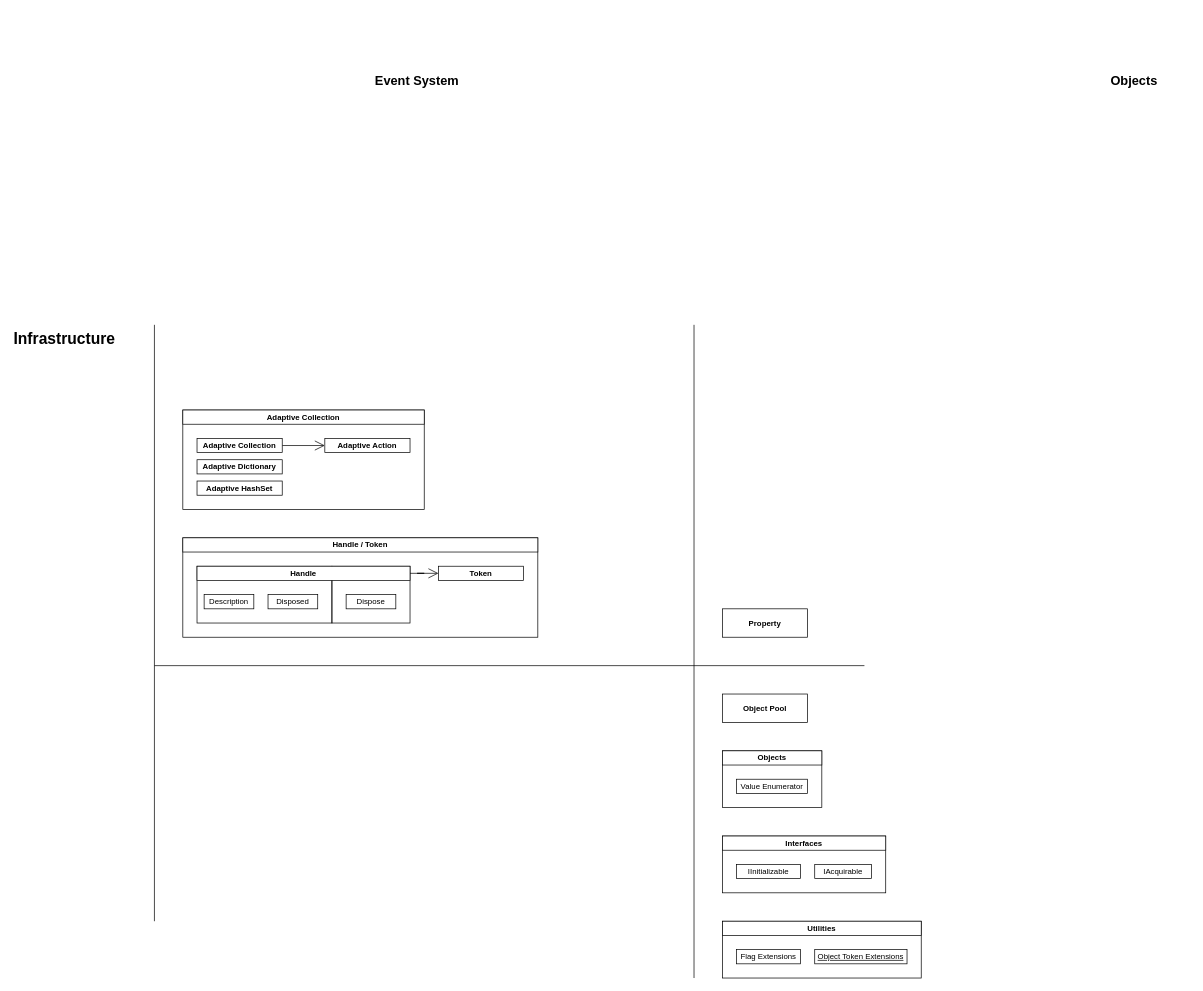
Earlier version of the draw.io diagram page "Core" (2 of 2) of docs/02. UniEngine/UniEngine.drawio (dove-creative/uniengine). Source tidied: cells renumbered, new cells numbered last; positions are measured from the earlier drawing's top-left corner, leaving out a move shared by most shapes. Both pictures are drawn from the tidied source at 71%, with x=0, y=0 at pixel (12, 69).
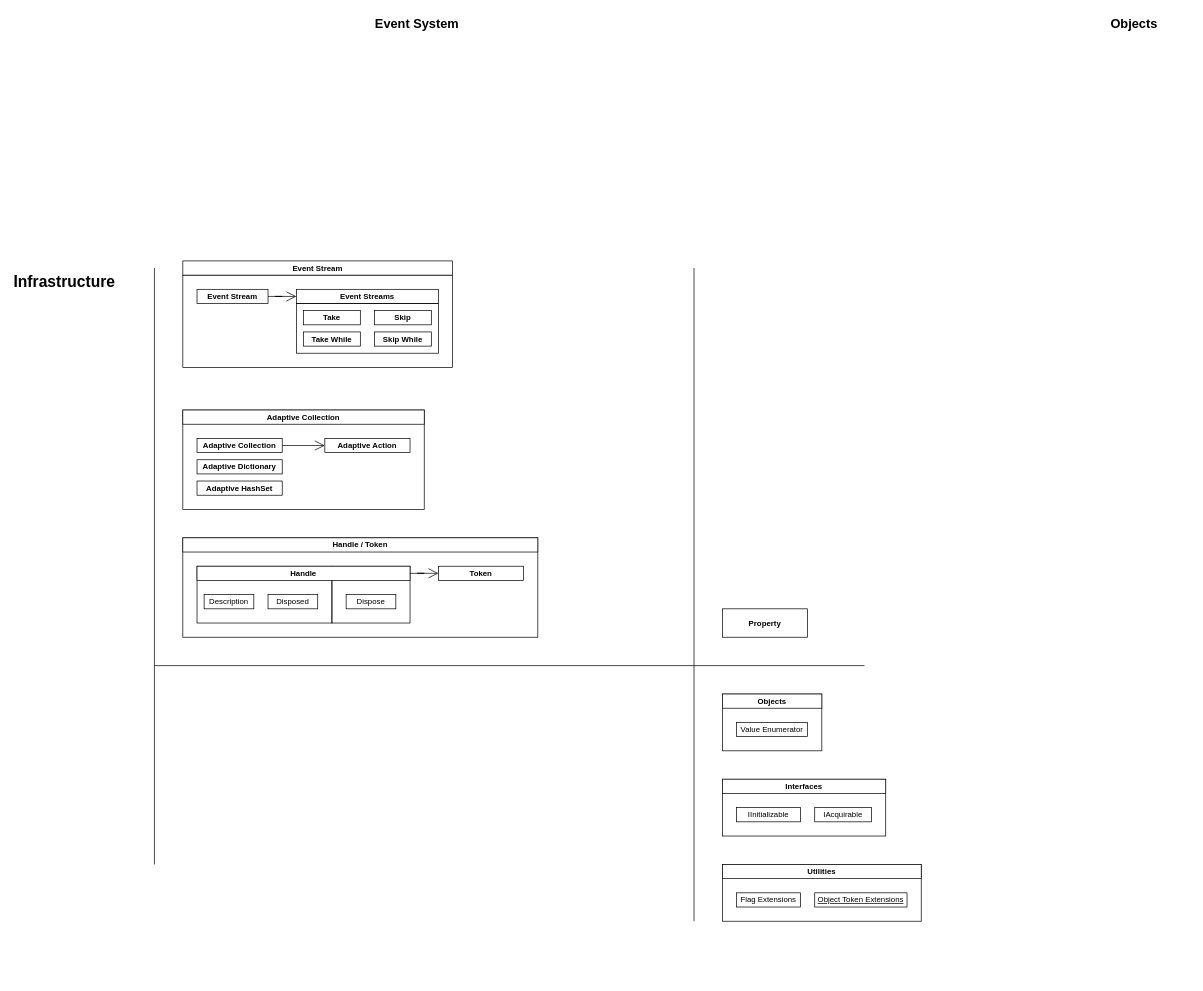
The same page after the edit.

Commit message (it also covers changes not shown here):
Fix EventHub filter parameter name and event system wording

Change to the diagram source:
```diff
@@
+    <mxCell id="38" style="rounded=0;whiteSpace=wrap;html=1;fontFamily=Helvetica;fontSize=11;fontColor=default;labelBackgroundColor=default;fillColor=none;" parent="1" vertex="1">
+      <mxGeometry x="240" y="290" width="380" height="130" as="geometry" />
+    </mxCell>
@@
     <mxCell id="6" style="rounded=0;whiteSpace=wrap;html=1;fontFamily=Helvetica;fontSize=11;fontColor=default;labelBackgroundColor=default;fillColor=none;" parent="1" vertex="1">
-      <mxGeometry x="1000" y="1200" width="280" height="80" as="geometry" />
+      <mxGeometry x="1000" y="1120" width="280" height="80" as="geometry" />
     </mxCell>
     <mxCell id="7" value="&lt;h1 style=&quot;margin-top: 0px;&quot;&gt;Infrastructure&lt;/h1&gt;" style="text;html=1;whiteSpace=wrap;overflow=hidden;rounded=0;fontFamily=Helvetica;fontSize=11;fontColor=default;labelBackgroundColor=none;align=left;verticalAlign=top;" parent="1" vertex="1">
-      <mxGeometry y="360" width="150" height="40" as="geometry" />
+      <mxGeometry y="280" width="150" height="40" as="geometry" />
     </mxCell>
     <mxCell id="8" value="&lt;h1 style=&quot;margin-top: 0px;&quot;&gt;Event System&lt;/h1&gt;" style="text;html=1;whiteSpace=wrap;overflow=hidden;rounded=0;fontFamily=Helvetica;fontSize=9;fontColor=default;labelBackgroundColor=none;align=center;verticalAlign=top;" parent="1" vertex="1">
-      <mxGeometry x="490" width="160" height="40" as="geometry" />
+      <mxGeometry x="490" y="-80" width="160" height="40" as="geometry" />
     </mxCell>
     <mxCell id="9" style="endArrow=none;html=1;rounded=0;strokeColor=default;align=center;verticalAlign=middle;fontFamily=Helvetica;fontSize=11;fontColor=default;labelBackgroundColor=default;defaultLabelBackgroundColor=page;startSize=12;endSize=12;" parent="1" edge="1">
       <mxGeometry relative="1" as="geometry">
-        <mxPoint x="200" y="1200" as="sourcePoint" />
-        <mxPoint x="200" y="360" as="targetPoint" />
+        <mxPoint x="200" y="1120" as="sourcePoint" />
+        <mxPoint x="200" y="280" as="targetPoint" />
       </mxGeometry>
     </mxCell>
     <mxCell id="10" value="&lt;div style=&quot;text-align: right;&quot;&gt;Flag Extensions&lt;/div&gt;" style="rounded=0;whiteSpace=wrap;html=1;fontFamily=Helvetica;fontSize=11;fontColor=default;labelBackgroundColor=default;" parent="1" vertex="1">
-      <mxGeometry x="1020" y="1240" width="90" height="20" as="geometry" />
+      <mxGeometry x="1020" y="1160" width="90" height="20" as="geometry" />
     </mxCell>
     <mxCell id="11" value="&lt;div style=&quot;text-align: right;&quot;&gt;&lt;u&gt;Object Token Extensions&lt;/u&gt;&lt;/div&gt;" style="rounded=0;whiteSpace=wrap;html=1;fontFamily=Helvetica;fontSize=11;fontColor=default;labelBackgroundColor=default;" parent="1" vertex="1">
-      <mxGeometry x="1130" y="1240" width="130" height="20" as="geometry" />
+      <mxGeometry x="1130" y="1160" width="130" height="20" as="geometry" />
     </mxCell>
     <mxCell id="12" value="&lt;h1 style=&quot;margin-top: 0px;&quot;&gt;Objects&lt;/h1&gt;" style="text;html=1;whiteSpace=wrap;overflow=hidden;rounded=0;fontFamily=Helvetica;fontSize=9;fontColor=default;labelBackgroundColor=none;align=center;verticalAlign=top;" parent="1" vertex="1">
-      <mxGeometry x="1500" width="160" height="40" as="geometry" />
+      <mxGeometry x="1500" y="-80" width="160" height="40" as="geometry" />
     </mxCell>
     <mxCell id="13" style="endArrow=none;html=1;rounded=0;strokeColor=default;align=center;verticalAlign=middle;fontFamily=Helvetica;fontSize=11;fontColor=default;labelBackgroundColor=default;defaultLabelBackgroundColor=page;startSize=12;endSize=12;" parent="1" edge="1">
       <mxGeometry relative="1" as="geometry">
-        <mxPoint x="960" y="1280" as="sourcePoint" />
-        <mxPoint x="960" y="360" as="targetPoint" />
+        <mxPoint x="960" y="1200" as="sourcePoint" />
+        <mxPoint x="960" y="280" as="targetPoint" />
       </mxGeometry>
     </mxCell>
@@
     <mxCell id="15" style="rounded=0;whiteSpace=wrap;html=1;fontFamily=Helvetica;fontSize=11;fontColor=default;labelBackgroundColor=default;fillColor=none;" parent="1" vertex="1">
-      <mxGeometry x="1000" y="1080" width="230" height="80" as="geometry" />
+      <mxGeometry x="1000" y="1000" width="230" height="80" as="geometry" />
     </mxCell>
     <mxCell id="16" value="&lt;div style=&quot;text-align: right;&quot;&gt;IInitializable&lt;/div&gt;" style="rounded=0;whiteSpace=wrap;html=1;fontFamily=Helvetica;fontSize=11;fontColor=default;labelBackgroundColor=default;" parent="1" vertex="1">
-      <mxGeometry x="1020" y="1120" width="90" height="20" as="geometry" />
+      <mxGeometry x="1020" y="1040" width="90" height="20" as="geometry" />
     </mxCell>
     <mxCell id="17" value="&lt;div style=&quot;text-align: right;&quot;&gt;IAcquirable&lt;/div&gt;" style="rounded=0;whiteSpace=wrap;html=1;fontFamily=Helvetica;fontSize=11;fontColor=default;labelBackgroundColor=default;" parent="1" vertex="1">
-      <mxGeometry x="1130" y="1120" width="80" height="20" as="geometry" />
+      <mxGeometry x="1130" y="1040" width="80" height="20" as="geometry" />
     </mxCell>
@@
     <mxCell id="32" style="rounded=0;whiteSpace=wrap;html=1;fontFamily=Helvetica;fontSize=11;fontColor=default;labelBackgroundColor=default;fillColor=none;" parent="1" vertex="1">
-      <mxGeometry x="1000" y="960" width="140" height="80" as="geometry" />
+      <mxGeometry x="1000" y="880" width="140" height="80" as="geometry" />
     </mxCell>
     <mxCell id="33" value="&lt;div style=&quot;text-align: right;&quot;&gt;Value Enumerator&lt;/div&gt;" style="rounded=0;whiteSpace=wrap;html=1;fontFamily=Helvetica;fontSize=11;fontColor=default;labelBackgroundColor=default;" parent="1" vertex="1">
-      <mxGeometry x="1020" y="1000" width="100" height="20" as="geometry" />
+      <mxGeometry x="1020" y="920" width="100" height="20" as="geometry" />
     </mxCell>
     <mxCell id="34" value="&lt;div style=&quot;text-align: right;&quot;&gt;&lt;b&gt;Objects&lt;/b&gt;&lt;/div&gt;" style="rounded=0;whiteSpace=wrap;html=1;fontFamily=Helvetica;fontSize=11;fontColor=default;labelBackgroundColor=default;" parent="1" vertex="1">
-      <mxGeometry x="1000" y="960" width="140" height="20" as="geometry" />
+      <mxGeometry x="1000" y="880" width="140" height="20" as="geometry" />
     </mxCell>
     <mxCell id="35" value="&lt;div style=&quot;text-align: right;&quot;&gt;&lt;b style=&quot;text-align: center;&quot;&gt;Interfaces&lt;/b&gt;&lt;/div&gt;" style="rounded=0;whiteSpace=wrap;html=1;fontFamily=Helvetica;fontSize=11;fontColor=default;labelBackgroundColor=default;" parent="1" vertex="1">
-      <mxGeometry x="1000" y="1080" width="230" height="20" as="geometry" />
+      <mxGeometry x="1000" y="1000" width="230" height="20" as="geometry" />
     </mxCell>
     <mxCell id="36" value="&lt;div style=&quot;text-align: right;&quot;&gt;&lt;b style=&quot;text-align: center;&quot;&gt;Utilities&lt;/b&gt;&lt;/div&gt;" style="rounded=0;whiteSpace=wrap;html=1;fontFamily=Helvetica;fontSize=11;fontColor=default;labelBackgroundColor=default;" parent="1" vertex="1">
-      <mxGeometry x="1000" y="1200" width="280" height="20" as="geometry" />
+      <mxGeometry x="1000" y="1120" width="280" height="20" as="geometry" />
     </mxCell>
-    <mxCell id="37" value="&lt;div style=&quot;text-align: right;&quot;&gt;&lt;b&gt;Object Pool&lt;/b&gt;&lt;/div&gt;" style="rounded=0;whiteSpace=wrap;html=1;fontFamily=Helvetica;fontSize=11;fontColor=default;labelBackgroundColor=default;" parent="1" vertex="1">
-      <mxGeometry x="1000" y="880" width="120" height="40" as="geometry" />
-    </mxCell>
+    <mxCell id="39" value="&lt;div style=&quot;text-align: right;&quot;&gt;&lt;b&gt;Event Stream&lt;/b&gt;&lt;/div&gt;" style="rounded=0;whiteSpace=wrap;html=1;fontFamily=Helvetica;fontSize=11;fontColor=default;labelBackgroundColor=default;" parent="1" vertex="1">
+      <mxGeometry x="240" y="270" width="380" height="20" as="geometry" />
+    </mxCell>
+    <mxCell id="40" value="&lt;div style=&quot;text-align: right;&quot;&gt;&lt;b&gt;Event Streams&lt;/b&gt;&lt;/div&gt;" style="rounded=0;whiteSpace=wrap;html=1;fontFamily=Helvetica;fontSize=11;fontColor=default;labelBackgroundColor=default;" parent="1" vertex="1">
+      <mxGeometry x="400" y="310" width="200" height="20" as="geometry" />
+    </mxCell>
+    <mxCell id="41" style="edgeStyle=orthogonalEdgeStyle;shape=connector;rounded=0;jettySize=auto;html=1;entryX=0;entryY=0.5;entryDx=0;entryDy=0;strokeColor=default;align=center;verticalAlign=middle;fontFamily=Helvetica;fontSize=11;fontColor=default;labelBackgroundColor=default;defaultLabelBackgroundColor=page;startArrow=none;startFill=0;startSize=12;endArrow=open;endFill=0;endSize=12;" parent="1" edge="1" source="42" target="40">
+      <mxGeometry relative="1" as="geometry" />
+    </mxCell>
+    <mxCell id="42" value="&lt;div style=&quot;text-align: right;&quot;&gt;&lt;b&gt;Event Stream&lt;/b&gt;&lt;/div&gt;" style="rounded=0;whiteSpace=wrap;html=1;fontFamily=Helvetica;fontSize=11;fontColor=default;labelBackgroundColor=default;" parent="1" vertex="1">
+      <mxGeometry x="260" y="310" width="100" height="20" as="geometry" />
+    </mxCell>
+    <mxCell id="43" style="rounded=0;whiteSpace=wrap;html=1;fontFamily=Helvetica;fontSize=11;fontColor=default;labelBackgroundColor=default;fillColor=none;" parent="1" vertex="1">
+      <mxGeometry x="400" y="330" width="200" height="70" as="geometry" />
+    </mxCell>
+    <mxCell id="44" value="&lt;b&gt;Take&lt;/b&gt;" style="rounded=0;whiteSpace=wrap;html=1;fontFamily=Helvetica;fontSize=11;fontColor=default;labelBackgroundColor=default;" parent="1" vertex="1">
+      <mxGeometry x="410" y="340" width="80" height="20" as="geometry" />
+    </mxCell>
+    <mxCell id="45" value="&lt;b&gt;Take While&lt;/b&gt;" style="rounded=0;whiteSpace=wrap;html=1;fontFamily=Helvetica;fontSize=11;fontColor=default;labelBackgroundColor=default;" parent="1" vertex="1">
+      <mxGeometry x="410" y="370" width="80" height="20" as="geometry" />
+    </mxCell>
+    <mxCell id="46" value="&lt;b&gt;Skip&lt;/b&gt;" style="rounded=0;whiteSpace=wrap;html=1;fontFamily=Helvetica;fontSize=11;fontColor=default;labelBackgroundColor=default;" parent="1" vertex="1">
+      <mxGeometry x="510" y="340" width="80" height="20" as="geometry" />
+    </mxCell>
+    <mxCell id="47" value="&lt;b&gt;Skip While&lt;/b&gt;" style="rounded=0;whiteSpace=wrap;html=1;fontFamily=Helvetica;fontSize=11;fontColor=default;labelBackgroundColor=default;" parent="1" vertex="1">
+      <mxGeometry x="510" y="370" width="80" height="20" as="geometry" />
+    </mxCell>
```
